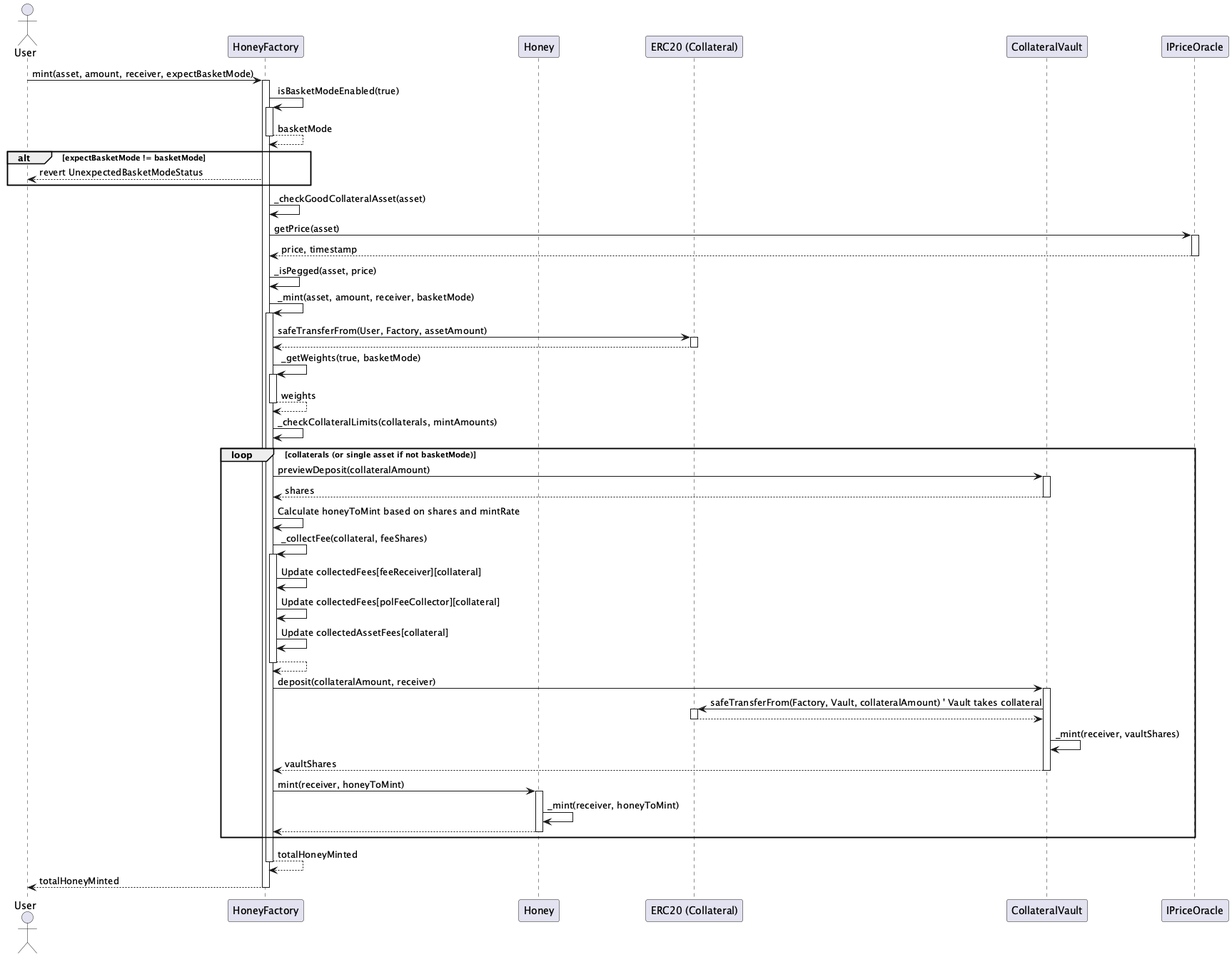
The PlantUML diagram diagrams/diag-images/honey/HoneyFactory_Mint_Sequence.png in swollows/berachain-core, before a commit. The source it was exported from:
```plantuml
@startuml HoneyFactory_Mint_Sequence

actor User
participant Factory as "HoneyFactory"
participant HoneyToken as "Honey"
participant Collateral as "ERC20 (Collateral)"
participant Vault as "CollateralVault"
participant PriceOracle as "IPriceOracle"

User -> Factory : mint(asset, amount, receiver, expectBasketMode)
activate Factory

Factory -> Factory : isBasketModeEnabled(true)
activate Factory
Factory --> Factory : basketMode
deactivate Factory

alt expectBasketMode != basketMode
    Factory --> User : revert UnexpectedBasketModeStatus
end

Factory -> Factory : _checkGoodCollateralAsset(asset)

Factory -> PriceOracle : getPrice(asset)
activate PriceOracle
PriceOracle --> Factory : price, timestamp
deactivate PriceOracle
Factory -> Factory : _isPegged(asset, price)

Factory -> Factory : _mint(asset, amount, receiver, basketMode)
activate Factory

Factory -> Collateral : safeTransferFrom(User, Factory, assetAmount)
activate Collateral
Collateral --> Factory
deactivate Collateral

Factory -> Factory : _getWeights(true, basketMode)
activate Factory
Factory --> Factory : weights
deactivate Factory

Factory -> Factory : _checkCollateralLimits(collaterals, mintAmounts)

loop collaterals (or single asset if not basketMode)
    Factory -> Vault : previewDeposit(collateralAmount)
    activate Vault
    Vault --> Factory : shares
    deactivate Vault

    Factory -> Factory : Calculate honeyToMint based on shares and mintRate
    Factory -> Factory : _collectFee(collateral, feeShares)
    activate Factory
    Factory -> Factory : Update collectedFees[feeReceiver][collateral]
    Factory -> Factory : Update collectedFees[polFeeCollector][collateral]
    Factory -> Factory : Update collectedAssetFees[collateral]
    Factory --> Factory
    deactivate Factory

    Factory -> Vault : deposit(collateralAmount, receiver)
    activate Vault
    Vault -> Collateral : safeTransferFrom(Factory, Vault, collateralAmount) ' Vault takes collateral
    activate Collateral
    Collateral --> Vault
    deactivate Collateral
    Vault -> Vault : _mint(receiver, vaultShares)
    Vault --> Factory : vaultShares
    deactivate Vault

    Factory -> HoneyToken : mint(receiver, honeyToMint)
    activate HoneyToken
    HoneyToken -> HoneyToken : _mint(receiver, honeyToMint)
    HoneyToken --> Factory
    deactivate HoneyToken
end

Factory --> Factory : totalHoneyMinted
deactivate Factory

Factory --> User : totalHoneyMinted
deactivate Factory

@enduml
```
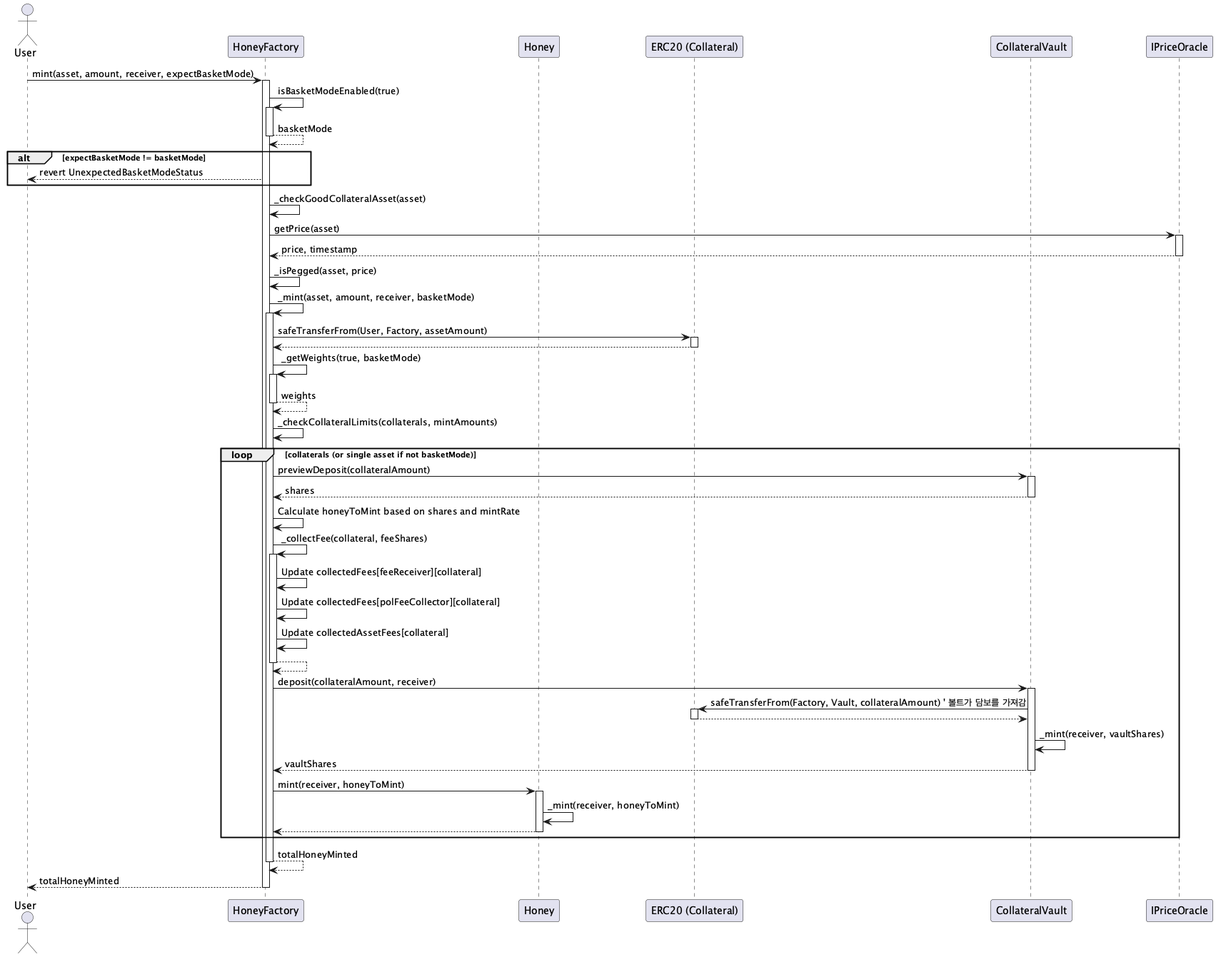
The same diagram one commit later.

Change to the diagram source:
```diff
@@ -59,7 +59,7 @@
 
     Factory -> Vault : deposit(collateralAmount, receiver)
     activate Vault
-    Vault -> Collateral : safeTransferFrom(Factory, Vault, collateralAmount) ' Vault takes collateral
+    Vault -> Collateral : safeTransferFrom(Factory, Vault, collateralAmount) ' 볼트가 담보를 가져감
     activate Collateral
     Collateral --> Vault
     deactivate Collateral
```
